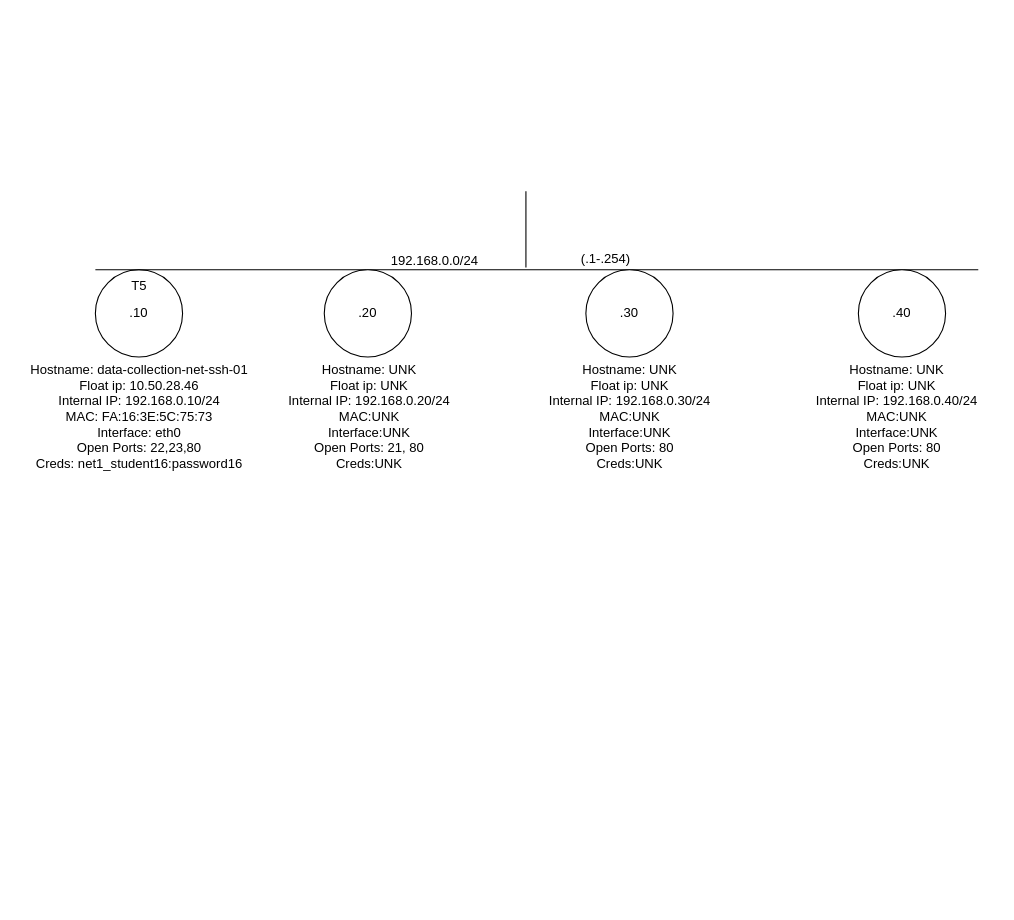
This is task4.drawio from Flyingtomat0/Net-Maps, a draw.io file, before an edit. Source tidied: cells renumbered, new cells numbered last; positions are measured from the earlier drawing's top-left corner, leaving out a move shared by most shapes. Both pictures are drawn from the tidied source at 109%, with x=0, y=0 at pixel (19, 191).
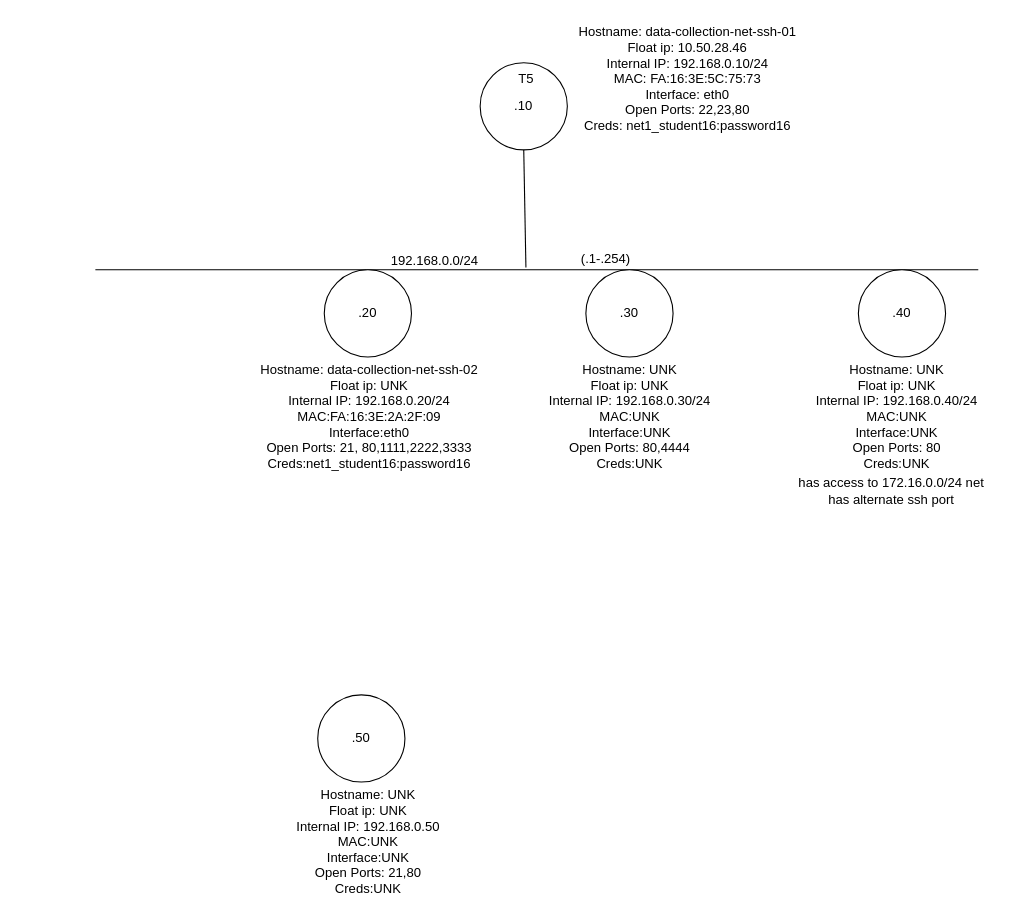
Above is the later version.

Change to the diagram source:
```diff
@@
 <mxGraphModel>
   <root>
     <mxCell id="0" />
     <mxCell id="1" parent="0" />
     <mxCell id="2" value=".10" style="ellipse;whiteSpace=wrap;html=1;" parent="1" vertex="1">
-      <mxGeometry x="70" y="72" width="80" height="80" as="geometry" />
+      <mxGeometry x="423" y="-118" width="80" height="80" as="geometry" />
     </mxCell>
     <mxCell id="3" value="&lt;div&gt;Hostname: data-collection-net-ssh-01&lt;br&gt;&lt;/div&gt;&lt;div&gt;Float ip: 10.50.28.46&lt;/div&gt;&lt;div&gt;Internal IP: 192.168.0.10/24&lt;br&gt;&lt;/div&gt;&lt;div&gt;MAC: FA:16:3E:5C:75:73&lt;br&gt;&lt;/div&gt;&lt;div&gt;Interface: eth0&lt;br&gt;&lt;/div&gt;&lt;div&gt;Open Ports: 22,23,80&lt;br&gt;&lt;/div&gt;&lt;div&gt;Creds: net1_student16:password16&lt;/div&gt;" style="text;html=1;align=center;verticalAlign=middle;strokeColor=none;fillColor=none;" parent="1" vertex="1">
-      <mxGeometry y="152" width="220" height="110" as="geometry" />
+      <mxGeometry x="503" y="-158" width="220" height="110" as="geometry" />
     </mxCell>
     <mxCell id="4" value="T5" style="text;html=1;align=center;verticalAlign=middle;strokeColor=none;fillColor=none;" parent="1" vertex="1">
-      <mxGeometry x="90" y="72" width="40" height="30" as="geometry" />
+      <mxGeometry x="445" y="-118" width="40" height="30" as="geometry" />
     </mxCell>
     <mxCell id="5" style="endArrow=none;html=1;rounded=0;" parent="1" edge="1">
       <mxGeometry relative="1" as="geometry">
         <mxPoint x="70" y="72" as="sourcePoint" />
         <mxPoint x="880" y="72" as="targetPoint" />
       </mxGeometry>
     </mxCell>
-    <mxCell id="6" style="endArrow=none;html=1;rounded=0;" parent="1" edge="1">
+    <mxCell id="6" style="endArrow=none;html=1;rounded=0;entryX=0.5;entryY=1;entryDx=0;entryDy=0;" parent="1" edge="1" target="2">
       <mxGeometry relative="1" as="geometry">
         <mxPoint x="465" y="70" as="sourcePoint" />
-        <mxPoint x="465" as="targetPoint" />
       </mxGeometry>
     </mxCell>
     <mxCell id="7" value="192.168.0.0/24" style="text;html=1;align=center;verticalAlign=middle;strokeColor=none;fillColor=none;" parent="1" vertex="1">
       <mxGeometry x="331" y="49" width="100" height="30" as="geometry" />
     </mxCell>
     <mxCell id="8" value="(.1-.254)" style="text;html=1;align=center;verticalAlign=middle;strokeColor=none;fillColor=none;" parent="1" vertex="1">
       <mxGeometry x="503" y="47" width="70" height="30" as="geometry" />
     </mxCell>
     <mxCell id="9" value=".20" style="ellipse;whiteSpace=wrap;html=1;" parent="1" vertex="1">
       <mxGeometry x="280" y="72" width="80" height="80" as="geometry" />
     </mxCell>
     <mxCell id="10" value=".30" style="ellipse;whiteSpace=wrap;html=1;" parent="1" vertex="1">
       <mxGeometry x="520" y="72" width="80" height="80" as="geometry" />
     </mxCell>
-    <mxCell id="11" value="&lt;div&gt;Hostname: UNK&lt;br&gt;&lt;/div&gt;&lt;div&gt;Float ip: UNK&lt;br&gt;&lt;/div&gt;&lt;div&gt;Internal IP: 192.168.0.20/24&lt;br&gt;&lt;/div&gt;&lt;div&gt;MAC:UNK&lt;br&gt;&lt;/div&gt;&lt;div&gt;Interface:UNK&lt;br&gt;&lt;/div&gt;&lt;div&gt;Open Ports: 21, 80&lt;br&gt;&lt;/div&gt;&lt;div&gt;Creds:UNK&lt;br&gt;&lt;/div&gt;" style="text;html=1;align=center;verticalAlign=middle;strokeColor=none;fillColor=none;" parent="1" vertex="1">
-      <mxGeometry x="236" y="152" width="170" height="110" as="geometry" />
+    <mxCell id="11" value="&lt;div&gt;Hostname: data-collection-net-ssh-02&lt;br&gt;&lt;/div&gt;&lt;div&gt;Float ip: UNK&lt;br&gt;&lt;/div&gt;&lt;div&gt;Internal IP: 192.168.0.20/24&lt;br&gt;&lt;/div&gt;&lt;div&gt;MAC:FA:16:3E:2A:2F:09&lt;br&gt;&lt;/div&gt;&lt;div&gt;Interface:eth0&lt;br&gt;&lt;/div&gt;&lt;div&gt;Open Ports: 21, 80,1111,2222,3333&lt;br&gt;&lt;/div&gt;&lt;div&gt;Creds:net1_student16:password16&lt;br&gt;&lt;/div&gt;" style="text;html=1;align=center;verticalAlign=middle;strokeColor=none;fillColor=none;" parent="1" vertex="1">
+      <mxGeometry x="211" y="152" width="220" height="110" as="geometry" />
     </mxCell>
-    <mxCell id="12" value="&lt;div&gt;Hostname: UNK&lt;br&gt;&lt;/div&gt;&lt;div&gt;Float ip: UNK&lt;br&gt;&lt;/div&gt;&lt;div&gt;Internal IP: 192.168.0.30/24&lt;br&gt;&lt;/div&gt;&lt;div&gt;MAC:UNK&lt;br&gt;&lt;/div&gt;&lt;div&gt;Interface:UNK&lt;br&gt;&lt;/div&gt;&lt;div&gt;Open Ports: 80&lt;br&gt;&lt;/div&gt;&lt;div&gt;Creds:UNK&lt;br&gt;&lt;/div&gt;" style="text;html=1;align=center;verticalAlign=middle;strokeColor=none;fillColor=none;" parent="1" vertex="1">
+    <mxCell id="12" value="&lt;div&gt;Hostname: UNK&lt;br&gt;&lt;/div&gt;&lt;div&gt;Float ip: UNK&lt;br&gt;&lt;/div&gt;&lt;div&gt;Internal IP: 192.168.0.30/24&lt;br&gt;&lt;/div&gt;&lt;div&gt;MAC:UNK&lt;br&gt;&lt;/div&gt;&lt;div&gt;Interface:UNK&lt;br&gt;&lt;/div&gt;&lt;div&gt;Open Ports: 80,4444&lt;br&gt;&lt;/div&gt;&lt;div&gt;Creds:UNK&lt;br&gt;&lt;/div&gt;" style="text;html=1;align=center;verticalAlign=middle;strokeColor=none;fillColor=none;" parent="1" vertex="1">
       <mxGeometry x="475" y="152" width="170" height="110" as="geometry" />
     </mxCell>
     <mxCell id="13" value=".40" style="ellipse;whiteSpace=wrap;html=1;" parent="1" vertex="1">
       <mxGeometry x="770" y="72" width="80" height="80" as="geometry" />
     </mxCell>
     <mxCell id="14" value="&lt;div&gt;Hostname: UNK&lt;br&gt;&lt;/div&gt;&lt;div&gt;Float ip: UNK&lt;br&gt;&lt;/div&gt;&lt;div&gt;Internal IP: 192.168.0.40/24&lt;br&gt;&lt;/div&gt;&lt;div&gt;MAC:UNK&lt;br&gt;&lt;/div&gt;&lt;div&gt;Interface:UNK&lt;br&gt;&lt;/div&gt;&lt;div&gt;Open Ports: 80&lt;br&gt;&lt;/div&gt;&lt;div&gt;Creds:UNK&lt;br&gt;&lt;/div&gt;" style="text;html=1;align=center;verticalAlign=middle;strokeColor=none;fillColor=none;" parent="1" vertex="1">
       <mxGeometry x="720" y="152" width="170" height="110" as="geometry" />
     </mxCell>
+    <mxCell id="15" value="&lt;div&gt;has access to 172.16.0.0/24 net&lt;/div&gt;&lt;div&gt;has alternate ssh port&lt;br&gt;&lt;/div&gt;" style="text;html=1;align=center;verticalAlign=middle;strokeColor=none;fillColor=none;" parent="1" vertex="1">
+      <mxGeometry x="705" y="255" width="190" height="40" as="geometry" />
+    </mxCell>
+    <mxCell id="16" value=".50" style="ellipse;whiteSpace=wrap;html=1;" parent="1" vertex="1">
+      <mxGeometry x="274" y="462" width="80" height="80" as="geometry" />
+    </mxCell>
+    <mxCell id="17" value="&lt;div&gt;Hostname: UNK&lt;br&gt;&lt;/div&gt;&lt;div&gt;Float ip: UNK&lt;br&gt;&lt;/div&gt;&lt;div&gt;Internal IP: 192.168.0.50&lt;br&gt;&lt;/div&gt;&lt;div&gt;MAC:UNK&lt;br&gt;&lt;/div&gt;&lt;div&gt;Interface:UNK&lt;br&gt;&lt;/div&gt;&lt;div&gt;Open Ports: 21,80&lt;br&gt;&lt;/div&gt;&lt;div&gt;Creds:UNK&lt;br&gt;&lt;/div&gt;" style="text;html=1;align=center;verticalAlign=middle;strokeColor=none;fillColor=none;" parent="1" vertex="1">
+      <mxGeometry x="245" y="542" width="150" height="110" as="geometry" />
+    </mxCell>
   </root>
 </mxGraphModel>
```
